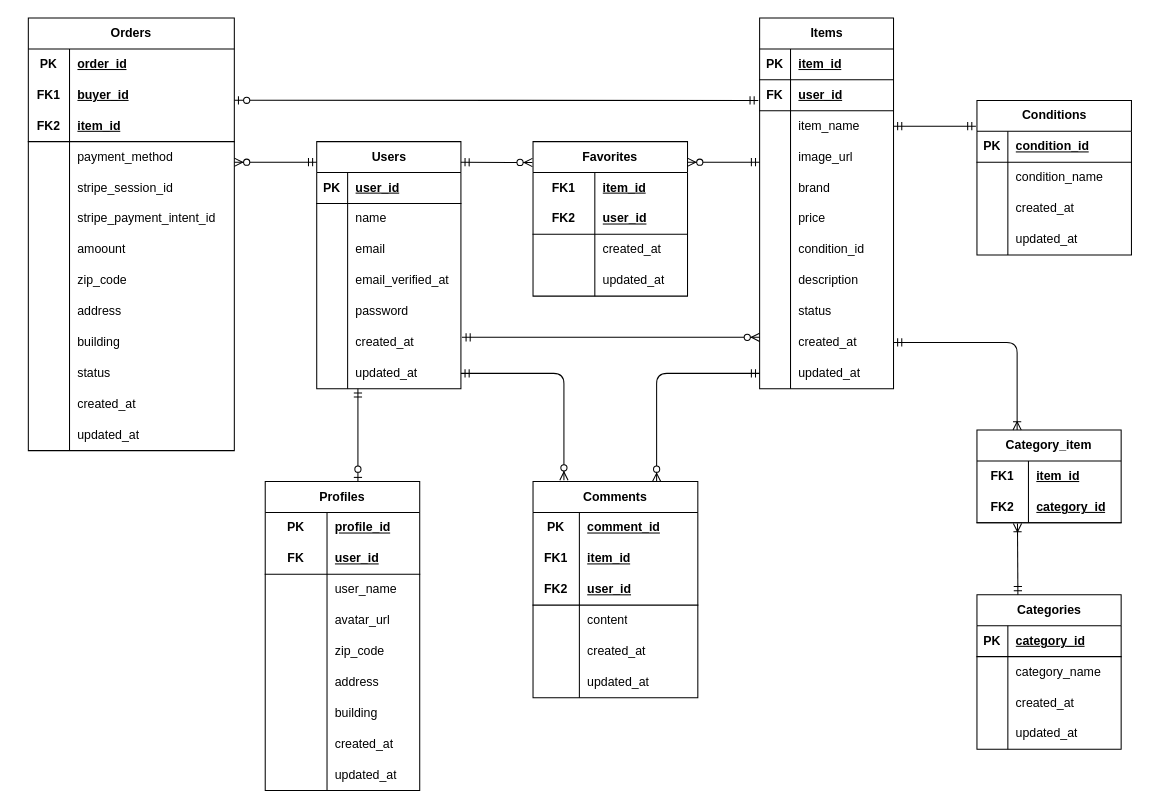
Earlier version of the draw.io diagram docs/er/er_diagram.drawio (nae6/flea-market-app). Source tidied: cells renumbered, new cells numbered last; positions are measured from the earlier drawing's top-left corner, leaving out a move shared by most shapes. Both pictures are drawn from the tidied source at 103%, with x=0, y=0 at pixel (28, 18).
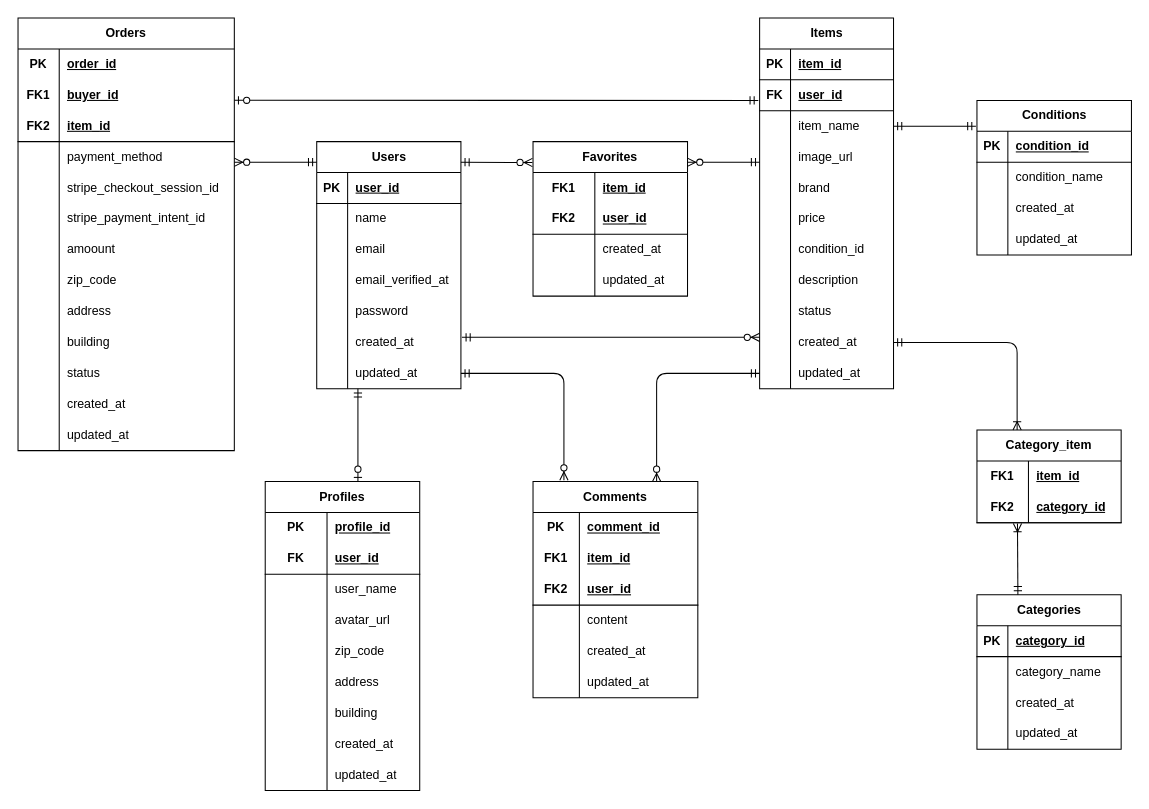
After the change.

What changed in the source:
```diff
@@
     <mxCell id="151" value="Orders" style="shape=table;startSize=30;childLayout=tableLayout;rowLines=0;fontStyle=1;align=center;html=1;whiteSpace=wrap;" parent="1" vertex="1">
-      <mxGeometry width="200" height="420" as="geometry" />
+      <mxGeometry x="-10" width="210" height="420" as="geometry" />
     </mxCell>
     <mxCell id="152" style="shape=tableRow;horizontal=0;startSize=0;swimlaneHead=0;swimlaneBody=0;fillColor=none;top=0;left=0;right=0;bottom=0;html=1;" parent="151" vertex="1">
-      <mxGeometry y="30" width="200" height="30" as="geometry" />
+      <mxGeometry y="30" width="210" height="30" as="geometry" />
     </mxCell>
@@
     <mxCell id="154" value="order_id" style="shape=partialRectangle;fillColor=none;top=0;left=0;bottom=0;right=0;align=left;spacingLeft=6;fontStyle=5;overflow=hidden;html=1;whiteSpace=wrap;" parent="152" vertex="1">
-      <mxGeometry x="40" width="160" height="30" as="geometry" />
+      <mxGeometry x="40" width="170" height="30" as="geometry" />
     </mxCell>
     <mxCell id="155" style="shape=tableRow;horizontal=0;startSize=0;swimlaneHead=0;swimlaneBody=0;fillColor=none;points=[[0,0.5],[1,0.5]];portConstraint=eastwest;top=0;left=0;right=0;bottom=0;html=1;" parent="151" vertex="1">
-      <mxGeometry y="60" width="200" height="30" as="geometry" />
+      <mxGeometry y="60" width="210" height="30" as="geometry" />
     </mxCell>
@@
     <mxCell id="157" value="buyer_id" style="shape=partialRectangle;fillColor=none;top=0;left=0;bottom=0;right=0;align=left;spacingLeft=6;fontStyle=5;overflow=hidden;html=1;whiteSpace=wrap;" parent="155" vertex="1">
-      <mxGeometry x="40" width="160" height="30" as="geometry" />
+      <mxGeometry x="40" width="170" height="30" as="geometry" />
     </mxCell>
     <mxCell id="158" style="shape=tableRow;horizontal=0;startSize=0;swimlaneHead=0;swimlaneBody=0;fillColor=none;top=0;left=0;right=0;bottom=1;html=1;" parent="151" vertex="1">
-      <mxGeometry y="90" width="200" height="30" as="geometry" />
+      <mxGeometry y="90" width="210" height="30" as="geometry" />
     </mxCell>
@@
     <mxCell id="160" value="item_id" style="shape=partialRectangle;fillColor=none;top=0;left=0;bottom=0;right=0;align=left;spacingLeft=6;fontStyle=5;overflow=hidden;html=1;whiteSpace=wrap;" parent="158" vertex="1">
-      <mxGeometry x="40" width="160" height="30" as="geometry" />
+      <mxGeometry x="40" width="170" height="30" as="geometry" />
     </mxCell>
     <mxCell id="161" style="shape=tableRow;horizontal=0;startSize=0;swimlaneHead=0;swimlaneBody=0;fillColor=none;top=0;left=0;right=0;bottom=0;html=1;" parent="151" vertex="1">
-      <mxGeometry y="120" width="200" height="30" as="geometry" />
+      <mxGeometry y="120" width="210" height="30" as="geometry" />
     </mxCell>
@@
     <mxCell id="163" value="payment_method" style="shape=partialRectangle;fillColor=none;top=0;left=0;bottom=0;right=0;align=left;spacingLeft=6;overflow=hidden;html=1;whiteSpace=wrap;" parent="161" vertex="1">
-      <mxGeometry x="40" width="160" height="30" as="geometry" />
+      <mxGeometry x="40" width="170" height="30" as="geometry" />
     </mxCell>
     <mxCell id="164" style="shape=tableRow;horizontal=0;startSize=0;swimlaneHead=0;swimlaneBody=0;fillColor=none;top=0;left=0;right=0;bottom=0;html=1;" parent="151" vertex="1">
-      <mxGeometry y="150" width="200" height="30" as="geometry" />
+      <mxGeometry y="150" width="210" height="30" as="geometry" />
     </mxCell>
@@
-    <mxCell id="166" value="stripe_session_id" style="shape=partialRectangle;fillColor=none;top=0;left=0;bottom=0;right=0;align=left;spacingLeft=6;overflow=hidden;html=1;whiteSpace=wrap;" parent="164" vertex="1">
-      <mxGeometry x="40" width="160" height="30" as="geometry" />
+    <mxCell id="166" value="stripe_checkout_session_id" style="shape=partialRectangle;fillColor=none;top=0;left=0;bottom=0;right=0;align=left;spacingLeft=6;overflow=hidden;html=1;whiteSpace=wrap;" parent="164" vertex="1">
+      <mxGeometry x="40" width="170" height="30" as="geometry" />
     </mxCell>
     <mxCell id="167" style="shape=tableRow;horizontal=0;startSize=0;swimlaneHead=0;swimlaneBody=0;fillColor=none;top=0;left=0;right=0;bottom=0;html=1;" parent="151" vertex="1">
-      <mxGeometry y="180" width="200" height="30" as="geometry" />
+      <mxGeometry y="180" width="210" height="30" as="geometry" />
     </mxCell>
@@
     <mxCell id="169" value="stripe_payment_intent_id" style="shape=partialRectangle;fillColor=none;top=0;left=0;bottom=0;right=0;align=left;spacingLeft=6;overflow=hidden;html=1;whiteSpace=wrap;" parent="167" vertex="1">
-      <mxGeometry x="40" width="160" height="30" as="geometry" />
+      <mxGeometry x="40" width="170" height="30" as="geometry" />
     </mxCell>
     <mxCell id="170" style="shape=tableRow;horizontal=0;startSize=0;swimlaneHead=0;swimlaneBody=0;fillColor=none;top=0;left=0;right=0;bottom=0;html=1;" parent="151" vertex="1">
-      <mxGeometry y="210" width="200" height="30" as="geometry" />
+      <mxGeometry y="210" width="210" height="30" as="geometry" />
     </mxCell>
@@
     <mxCell id="172" value="amoount" style="shape=partialRectangle;fillColor=none;top=0;left=0;bottom=0;right=0;align=left;spacingLeft=6;overflow=hidden;html=1;whiteSpace=wrap;" parent="170" vertex="1">
-      <mxGeometry x="40" width="160" height="30" as="geometry" />
+      <mxGeometry x="40" width="170" height="30" as="geometry" />
     </mxCell>
     <mxCell id="173" style="shape=tableRow;horizontal=0;startSize=0;swimlaneHead=0;swimlaneBody=0;fillColor=none;top=0;left=0;right=0;bottom=0;html=1;" parent="151" vertex="1">
-      <mxGeometry y="240" width="200" height="30" as="geometry" />
+      <mxGeometry y="240" width="210" height="30" as="geometry" />
     </mxCell>
@@
     <mxCell id="175" value="zip_code" style="shape=partialRectangle;fillColor=none;top=0;left=0;bottom=0;right=0;align=left;spacingLeft=6;overflow=hidden;html=1;whiteSpace=wrap;" parent="173" vertex="1">
-      <mxGeometry x="40" width="160" height="30" as="geometry" />
+      <mxGeometry x="40" width="170" height="30" as="geometry" />
     </mxCell>
     <mxCell id="176" style="shape=tableRow;horizontal=0;startSize=0;swimlaneHead=0;swimlaneBody=0;fillColor=none;top=0;left=0;right=0;bottom=0;html=1;" parent="151" vertex="1">
-      <mxGeometry y="270" width="200" height="30" as="geometry" />
+      <mxGeometry y="270" width="210" height="30" as="geometry" />
     </mxCell>
@@
     <mxCell id="178" value="address" style="shape=partialRectangle;fillColor=none;top=0;left=0;bottom=0;right=0;align=left;spacingLeft=6;overflow=hidden;html=1;whiteSpace=wrap;" parent="176" vertex="1">
-      <mxGeometry x="40" width="160" height="30" as="geometry" />
+      <mxGeometry x="40" width="170" height="30" as="geometry" />
     </mxCell>
     <mxCell id="179" style="shape=tableRow;horizontal=0;startSize=0;swimlaneHead=0;swimlaneBody=0;fillColor=none;top=0;left=0;right=0;bottom=0;html=1;" parent="151" vertex="1">
-      <mxGeometry y="300" width="200" height="30" as="geometry" />
+      <mxGeometry y="300" width="210" height="30" as="geometry" />
     </mxCell>
@@
     <mxCell id="181" value="building" style="shape=partialRectangle;fillColor=none;top=0;left=0;bottom=0;right=0;align=left;spacingLeft=6;overflow=hidden;html=1;whiteSpace=wrap;" parent="179" vertex="1">
-      <mxGeometry x="40" width="160" height="30" as="geometry" />
+      <mxGeometry x="40" width="170" height="30" as="geometry" />
     </mxCell>
     <mxCell id="182" style="shape=tableRow;horizontal=0;startSize=0;swimlaneHead=0;swimlaneBody=0;fillColor=none;top=0;left=0;right=0;bottom=0;html=1;" parent="151" vertex="1">
-      <mxGeometry y="330" width="200" height="30" as="geometry" />
+      <mxGeometry y="330" width="210" height="30" as="geometry" />
     </mxCell>
@@
     <mxCell id="184" value="status" style="shape=partialRectangle;fillColor=none;top=0;left=0;bottom=0;right=0;align=left;spacingLeft=6;overflow=hidden;html=1;whiteSpace=wrap;" parent="182" vertex="1">
-      <mxGeometry x="40" width="160" height="30" as="geometry" />
+      <mxGeometry x="40" width="170" height="30" as="geometry" />
     </mxCell>
     <mxCell id="185" style="shape=tableRow;horizontal=0;startSize=0;swimlaneHead=0;swimlaneBody=0;fillColor=none;top=0;left=0;right=0;bottom=0;html=1;" parent="151" vertex="1">
-      <mxGeometry y="360" width="200" height="30" as="geometry" />
+      <mxGeometry y="360" width="210" height="30" as="geometry" />
     </mxCell>
@@
     <mxCell id="187" value="created_at" style="shape=partialRectangle;fillColor=none;top=0;left=0;bottom=0;right=0;align=left;spacingLeft=6;overflow=hidden;html=1;whiteSpace=wrap;" parent="185" vertex="1">
-      <mxGeometry x="40" width="160" height="30" as="geometry" />
+      <mxGeometry x="40" width="170" height="30" as="geometry" />
     </mxCell>
     <mxCell id="188" style="shape=tableRow;horizontal=0;startSize=0;swimlaneHead=0;swimlaneBody=0;fillColor=none;top=0;left=0;right=0;bottom=0;html=1;" parent="151" vertex="1">
-      <mxGeometry y="390" width="200" height="30" as="geometry" />
+      <mxGeometry y="390" width="210" height="30" as="geometry" />
     </mxCell>
@@
     <mxCell id="190" value="updated_at" style="shape=partialRectangle;fillColor=none;top=0;left=0;bottom=0;right=0;align=left;spacingLeft=6;overflow=hidden;html=1;whiteSpace=wrap;" parent="188" vertex="1">
-      <mxGeometry x="40" width="160" height="30" as="geometry" />
+      <mxGeometry x="40" width="170" height="30" as="geometry" />
     </mxCell>
```
